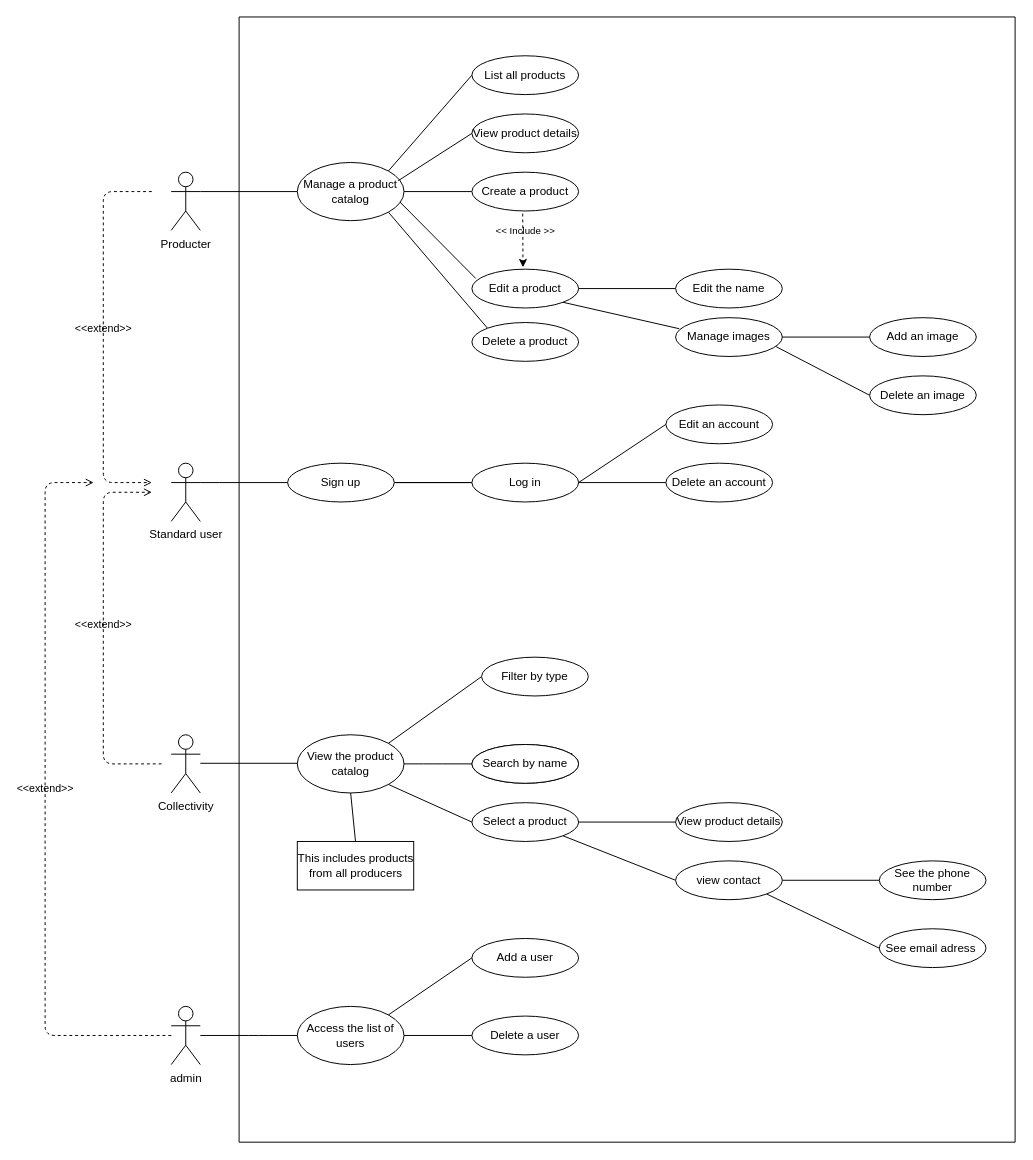
Earlier version of the draw.io diagram conception/use_case.drawio (2024-dwwm-bsm-p4/app-mla). Source tidied: cells renumbered, new cells numbered last; positions are measured from the earlier drawing's top-left corner, leaving out a move shared by most shapes. Both pictures are drawn from the tidied source at 97%, with x=0, y=0 at pixel (45, 16).
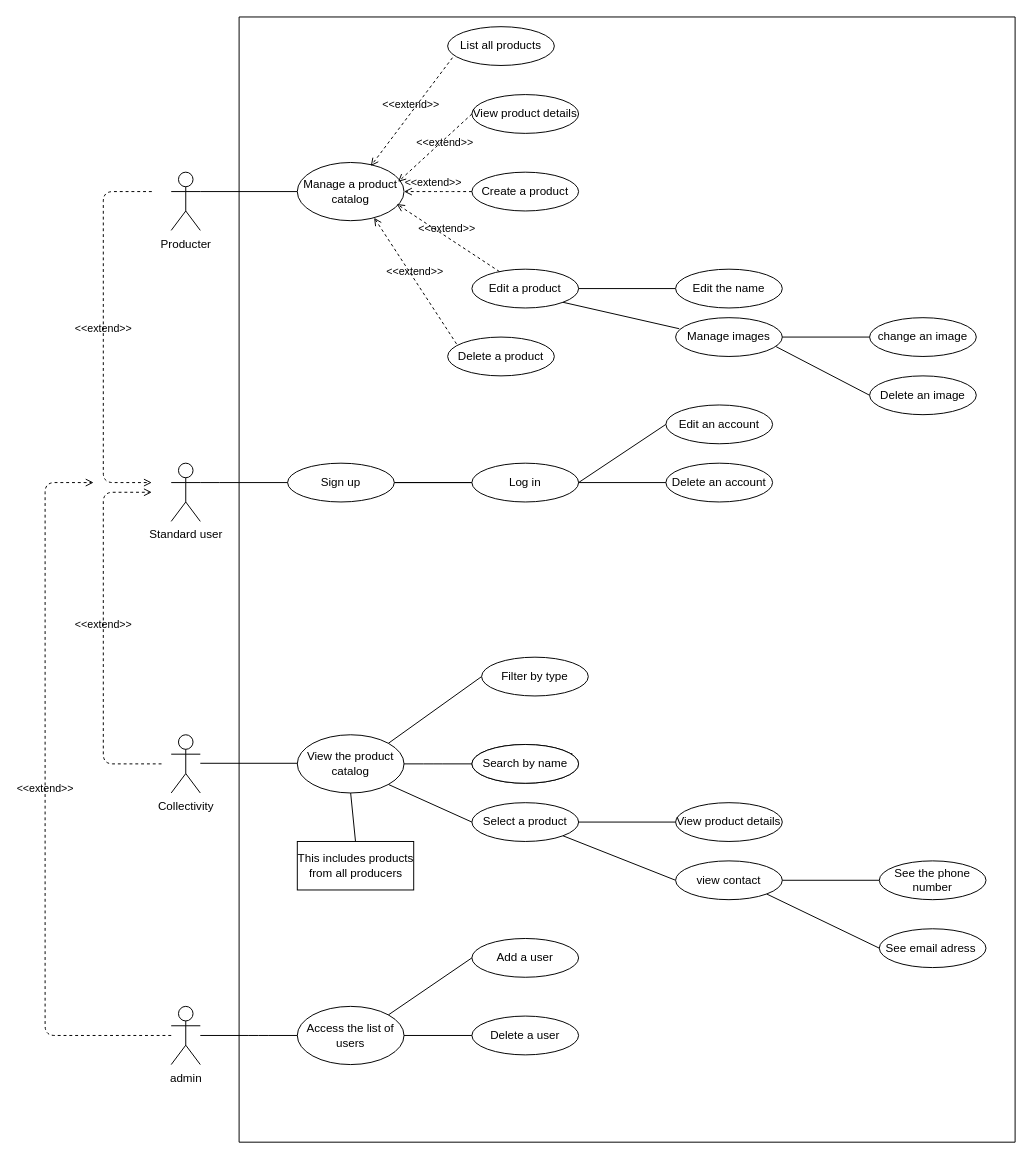
Above is the later version.

The change refers to these unchanged cells:
```xml
<mxCell id="8" value="Manage a product catalog" style="ellipse;whiteSpace=wrap;html=1;" parent="1" vertex="1">
  <mxGeometry x="260" y="150" width="110" height="60" as="geometry" />
</mxCell>
<mxCell id="16" value="Create a product" style="ellipse;whiteSpace=wrap;html=1;" parent="1" vertex="1">
  <mxGeometry x="440" y="160" width="110" height="40" as="geometry" />
</mxCell>
<mxCell id="18" value="Edit a product" style="ellipse;whiteSpace=wrap;html=1;" parent="1" vertex="1">
  <mxGeometry x="440" y="260" width="110" height="40" as="geometry" />
</mxCell>
```

Change to the diagram source:
```diff
@@
-    <mxCell id="11" style="endArrow=none;html=1;exitX=1;exitY=0;exitDx=0;exitDy=0;entryX=0;entryY=0.5;entryDx=0;entryDy=0;" parent="1" edge="1" source="8" target="12">
-      <mxGeometry relative="1" as="geometry" />
-    </mxCell>
     <mxCell id="12" value="List all products" style="ellipse;whiteSpace=wrap;html=1;" parent="1" vertex="1">
-      <mxGeometry x="440" y="40" width="110" height="40" as="geometry" />
+      <mxGeometry x="415" y="10" width="110" height="40" as="geometry" />
     </mxCell>
-    <mxCell id="13" style="endArrow=none;html=1;exitX=1;exitY=0;exitDx=0;exitDy=0;entryX=0;entryY=0.5;entryDx=0;entryDy=0;" parent="1" edge="1" target="14">
-      <mxGeometry relative="1" as="geometry">
-        <mxPoint x="364" y="168.8" as="sourcePoint" />
-      </mxGeometry>
-    </mxCell>
     <mxCell id="14" value="View product details" style="ellipse;whiteSpace=wrap;html=1;" parent="1" vertex="1">
-      <mxGeometry x="440" y="100" width="110" height="40" as="geometry" />
+      <mxGeometry x="440" y="80" width="110" height="40" as="geometry" />
     </mxCell>
-    <mxCell id="15" style="endArrow=none;html=1;exitX=1;exitY=0.5;exitDx=0;exitDy=0;entryX=0;entryY=0.5;entryDx=0;entryDy=0;" parent="1" edge="1" source="8" target="16">
-      <mxGeometry relative="1" as="geometry" />
-    </mxCell>
@@
-    <mxCell id="17" style="endArrow=none;html=1;entryX=0.036;entryY=0.238;entryDx=0;entryDy=0;entryPerimeter=0;exitX=0.961;exitY=0.678;exitDx=0;exitDy=0;exitPerimeter=0;" parent="1" edge="1" source="8" target="18">
-      <mxGeometry relative="1" as="geometry" />
-    </mxCell>
@@
-    <mxCell id="19" style="endArrow=none;html=1;exitX=1;exitY=1;exitDx=0;exitDy=0;entryX=0;entryY=0;entryDx=0;entryDy=0;" parent="1" edge="1" source="8" target="20">
-      <mxGeometry relative="1" as="geometry" />
-    </mxCell>
     <mxCell id="20" value="Delete a product" style="ellipse;whiteSpace=wrap;html=1;" parent="1" vertex="1">
-      <mxGeometry x="440" y="315" width="110" height="40" as="geometry" />
+      <mxGeometry x="415" y="330" width="110" height="40" as="geometry" />
     </mxCell>
@@
-    <mxCell id="26" value="Add an image" style="ellipse;whiteSpace=wrap;html=1;" parent="1" vertex="1">
+    <mxCell id="26" value="change an&amp;nbsp;&lt;span style=&quot;background-color: transparent;&quot;&gt;image&lt;/span&gt;" style="ellipse;whiteSpace=wrap;html=1;" parent="1" vertex="1">
       <mxGeometry x="850" y="310" width="110" height="40" as="geometry" />
     </mxCell>
@@
-    <mxCell id="29" value="&lt;font style=&quot;font-size: 10px;&quot;&gt;&amp;lt;&amp;lt; Include &amp;gt;&amp;gt;&lt;/font&gt;" style="text;html=1;align=center;verticalAlign=middle;strokeColor=none;fillColor=none;strokeWidth=0;spacing=0;" parent="1" vertex="1">
-      <mxGeometry x="455" y="210" width="80" height="20" as="geometry" />
-    </mxCell>
-    <mxCell id="30" style="endArrow=classic;html=1;fontSize=10;exitX=0.476;exitY=1.069;exitDx=0;exitDy=0;exitPerimeter=0;entryX=0.479;entryY=-0.049;entryDx=0;entryDy=0;entryPerimeter=0;dashed=1;" parent="1" edge="1" source="16" target="18">
-      <mxGeometry relative="1" as="geometry" />
-    </mxCell>
@@
+    <mxCell id="72" value="&amp;lt;&amp;lt;extend&amp;gt;&amp;gt;" style="html=1;verticalAlign=bottom;labelBackgroundColor=none;endArrow=open;endFill=0;dashed=1;exitX=0.045;exitY=0.8;exitDx=0;exitDy=0;entryX=0.689;entryY=0.061;entryDx=0;entryDy=0;exitPerimeter=0;entryPerimeter=0;" parent="1" edge="1" source="12" target="8">
+      <mxGeometry x="0.02" relative="1" as="geometry" />
+    </mxCell>
+    <mxCell id="73" value="&amp;lt;&amp;lt;extend&amp;gt;&amp;gt;" style="html=1;verticalAlign=bottom;labelBackgroundColor=none;endArrow=open;endFill=0;dashed=1;exitX=0;exitY=0.5;exitDx=0;exitDy=0;entryX=1;entryY=0;entryDx=0;entryDy=0;" parent="1" edge="1" source="14">
+      <mxGeometry x="-0.09" y="9" relative="1" as="geometry">
+        <mxPoint x="363.9" y="170" as="targetPoint" />
+      </mxGeometry>
+    </mxCell>
+    <mxCell id="74" value="&amp;lt;&amp;lt;extend&amp;gt;&amp;gt;" style="html=1;verticalAlign=bottom;labelBackgroundColor=none;endArrow=open;endFill=0;dashed=1;exitX=0;exitY=0.5;exitDx=0;exitDy=0;entryX=1;entryY=0.5;entryDx=0;entryDy=0;" parent="1" edge="1" source="16" target="8">
+      <mxGeometry x="0.14" relative="1" as="geometry">
+        <Array as="points">
+          <mxPoint x="410" y="180" />
+        </Array>
+      </mxGeometry>
+    </mxCell>
+    <mxCell id="75" value="&amp;lt;&amp;lt;extend&amp;gt;&amp;gt;" style="html=1;verticalAlign=bottom;labelBackgroundColor=none;endArrow=open;endFill=0;dashed=1;entryX=0.932;entryY=0.714;entryDx=0;entryDy=0;entryPerimeter=0;" parent="1" edge="1" source="18" target="8">
+      <mxGeometry x="0.02" relative="1" as="geometry" />
+    </mxCell>
+    <mxCell id="76" value="&amp;lt;&amp;lt;extend&amp;gt;&amp;gt;" style="html=1;verticalAlign=bottom;labelBackgroundColor=none;endArrow=open;endFill=0;dashed=1;entryX=0.72;entryY=0.95;entryDx=0;entryDy=0;entryPerimeter=0;exitX=0.083;exitY=0.175;exitDx=0;exitDy=0;exitPerimeter=0;" parent="1" edge="1" source="20" target="8">
+      <mxGeometry x="0.02" relative="1" as="geometry" />
+    </mxCell>
```
